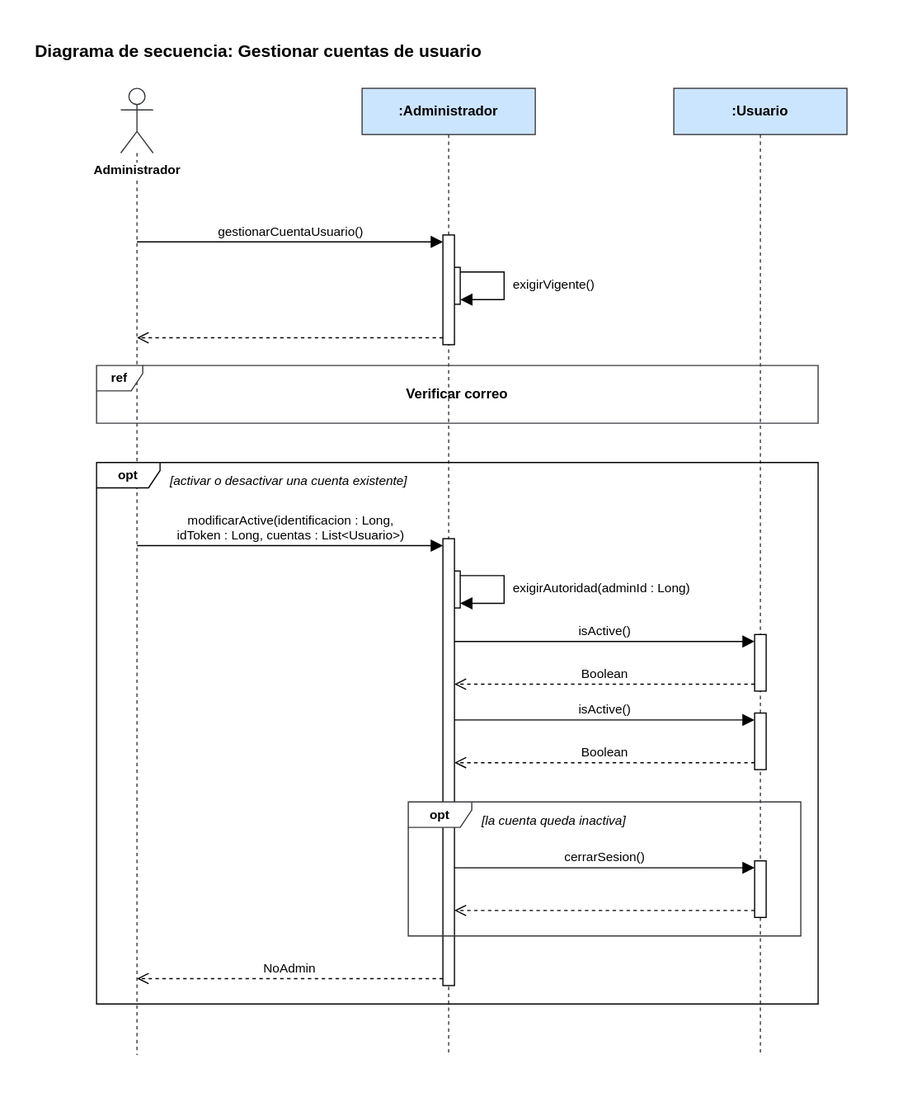
The draw.io diagram Diagramas/Secuencia/gestionar-cuentas-de-usuario.svg in manuel20051208/HorizontalSoftware-Back-End, before a commit. Source tidied: cells renumbered, new cells last; positions are measured from the earlier drawing's top-left corner, leaving out a move shared by most shapes.
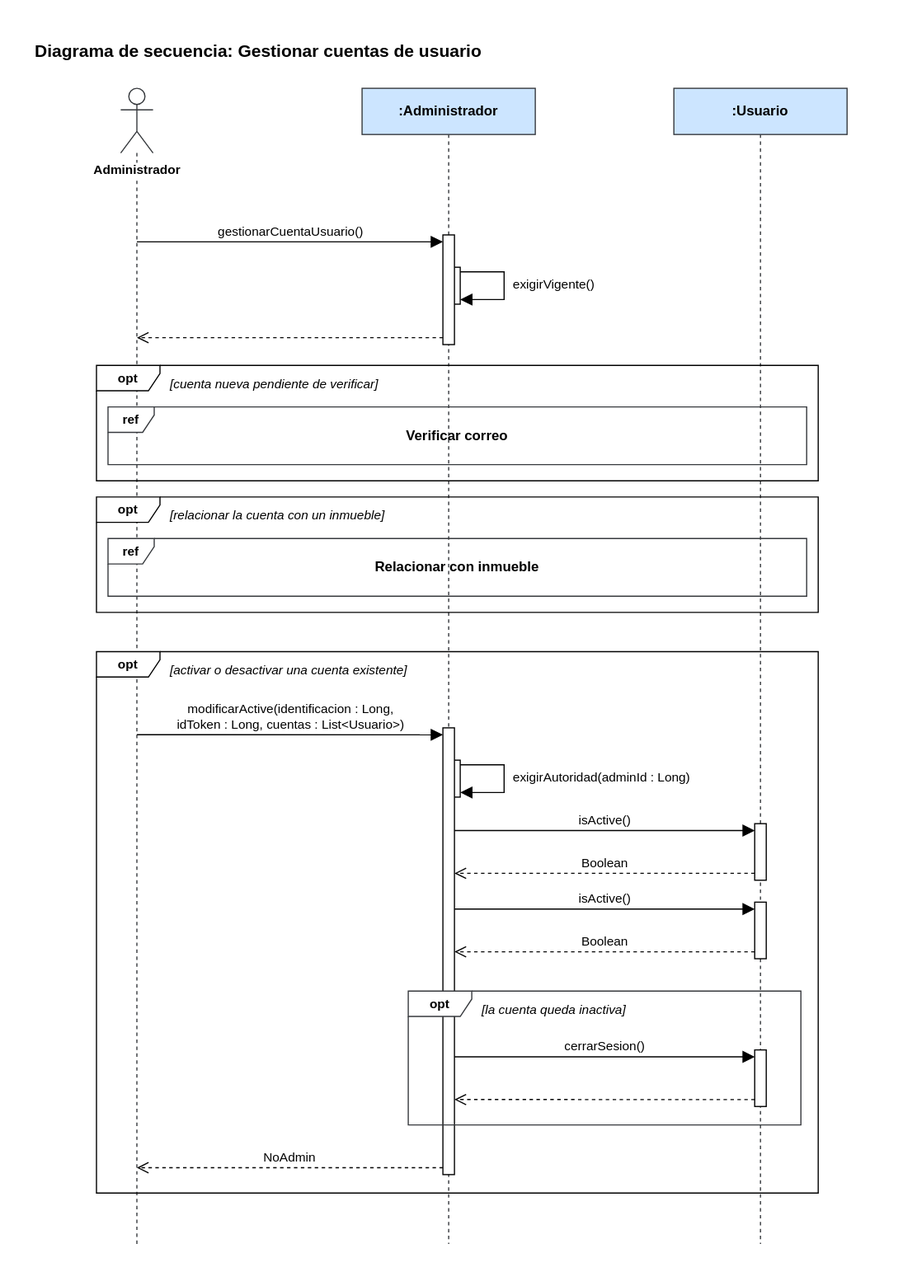
The same file after the commit.

The edit, as a diff of the source:
```diff
@@ -3,25 +3,25 @@
     <mxCell id="0" />
     <mxCell id="1" parent="0" />
     <mxCell id="2" value="&lt;b&gt;Diagrama de secuencia: Gestionar cuentas de usuario&lt;/b&gt;" style="text;html=1;align=left;verticalAlign=top;whiteSpace=wrap;fontSize=15;" parent="1" vertex="1">
-      <mxGeometry width="730" height="26" as="geometry" />
+      <mxGeometry y="-164" width="730" height="26" as="geometry" />
     </mxCell>
     <mxCell id="3" value="Administrador" style="shape=umlLifeline;participant=umlActor;perimeter=lifelinePerimeter;whiteSpace=nowrap;html=1;outlineConnect=0;portConstraint=eastwest;size=56;verticalAlign=top;spacingTop=58;labelBackgroundColor=#ffffff;fontStyle=1;fontSize=11;fillColor=#ffffff;strokeColor=#36393d;" parent="1" vertex="1">
-      <mxGeometry x="76" y="48" width="28" height="837" as="geometry" />
+      <mxGeometry x="76" y="-116" width="28" height="1001" as="geometry" />
     </mxCell>
     <mxCell id="4" value=":Administrador" style="shape=umlLifeline;perimeter=lifelinePerimeter;whiteSpace=wrap;html=1;fillColor=#cce5ff;strokeColor=#36393d;fontStyle=1;fontSize=12;" parent="1" vertex="1">
-      <mxGeometry x="285" y="48" width="150" height="837" as="geometry" />
+      <mxGeometry x="285" y="-116" width="150" height="1001" as="geometry" />
     </mxCell>
     <mxCell id="5" value=":Usuario" style="shape=umlLifeline;perimeter=lifelinePerimeter;whiteSpace=wrap;html=1;fillColor=#cce5ff;strokeColor=#36393d;fontStyle=1;fontSize=12;" parent="1" vertex="1">
-      <mxGeometry x="555" y="48" width="150" height="837" as="geometry" />
+      <mxGeometry x="555" y="-116" width="150" height="1001" as="geometry" />
     </mxCell>
     <mxCell id="6" value="Verificar correo" style="text;html=1;align=center;verticalAlign=middle;whiteSpace=wrap;fontSize=12;fontStyle=1;" parent="1" vertex="1">
-      <mxGeometry x="100" y="300" width="535" height="26" as="geometry" />
+      <mxGeometry x="110" y="172" width="515" height="26" as="geometry" />
     </mxCell>
     <mxCell id="7" style="html=1;points=[];perimeter=orthogonalPerimeter;fillColor=#ffffff;strokeColor=#000000;" parent="1" vertex="1">
-      <mxGeometry x="360" y="203" width="10" height="32" as="geometry" />
+      <mxGeometry x="360" y="39" width="10" height="32" as="geometry" />
     </mxCell>
     <mxCell id="8" style="html=1;points=[];perimeter=orthogonalPerimeter;fillColor=#ffffff;strokeColor=#000000;" parent="1" vertex="1">
-      <mxGeometry x="355" y="175" width="10" height="95" as="geometry" />
+      <mxGeometry x="355" y="11" width="10" height="95" as="geometry" />
     </mxCell>
     <mxCell id="9" style="html=1;points=[];perimeter=orthogonalPerimeter;fillColor=#ffffff;strokeColor=#000000;" parent="1" vertex="1">
       <mxGeometry x="360" y="466" width="10" height="32" as="geometry" />
@@ -35,21 +35,21 @@
     <mxCell id="12" style="html=1;points=[];perimeter=orthogonalPerimeter;fillColor=#ffffff;strokeColor=#000000;" parent="1" vertex="1">
       <mxGeometry x="355" y="438" width="10" height="387" as="geometry" />
     </mxCell>
-    <mxCell id="13" value="gestionarCuentaUsuario()" style="html=1;verticalAlign=bottom;rounded=0;fontSize=11;strokeColor=#000000;endArrow=block;endFill=1;endSize=8;exitX=0.5000;exitY=0.1589;exitDx=0;exitDy=0;exitPerimeter=0;entryX=0.0000;entryY=0.0632;entryDx=0;entryDy=0;entryPerimeter=0;" parent="1" edge="1" source="3" target="8">
+    <mxCell id="13" value="gestionarCuentaUsuario()" style="html=1;verticalAlign=bottom;rounded=0;fontSize=11;strokeColor=#000000;endArrow=block;endFill=1;endSize=8;exitX=0.5000;exitY=0.1329;exitDx=0;exitDy=0;exitPerimeter=0;entryX=0.0000;entryY=0.0632;entryDx=0;entryDy=0;entryPerimeter=0;" parent="1" edge="1" source="3" target="8">
       <mxGeometry relative="1" as="geometry" />
     </mxCell>
     <mxCell id="14" style="html=1;rounded=0;endArrow=block;endFill=1;endSize=8;strokeColor=#000000;exitX=1.0000;exitY=0.1250;exitDx=0;exitDy=0;exitPerimeter=0;entryX=1.0000;entryY=0.8750;entryDx=0;entryDy=0;entryPerimeter=0;" parent="1" edge="1" source="7" target="7">
       <mxGeometry relative="1" as="geometry">
         <Array as="points">
-          <mxPoint x="408" y="207" />
-          <mxPoint x="408" y="231" />
+          <mxPoint x="408" y="43" />
+          <mxPoint x="408" y="67" />
         </Array>
       </mxGeometry>
     </mxCell>
-    <mxCell id="15" style="html=1;verticalAlign=bottom;rounded=0;fontSize=11;strokeColor=#000000;dashed=1;endArrow=open;endFill=0;endSize=8;exitX=0.0000;exitY=0.9368;exitDx=0;exitDy=0;exitPerimeter=0;entryX=0.5000;entryY=0.2581;entryDx=0;entryDy=0;entryPerimeter=0;" parent="1" edge="1" source="8" target="3">
+    <mxCell id="15" style="html=1;verticalAlign=bottom;rounded=0;fontSize=11;strokeColor=#000000;dashed=1;endArrow=open;endFill=0;endSize=8;exitX=0.0000;exitY=0.9368;exitDx=0;exitDy=0;exitPerimeter=0;entryX=0.5000;entryY=0.2158;entryDx=0;entryDy=0;entryPerimeter=0;" parent="1" edge="1" source="8" target="3">
       <mxGeometry relative="1" as="geometry" />
     </mxCell>
-    <mxCell id="16" value="modificarActive(identificacion : Long,&lt;br&gt;idToken : Long, cuentas : List&amp;lt;Usuario&amp;gt;)" style="html=1;verticalAlign=bottom;rounded=0;fontSize=11;strokeColor=#000000;endArrow=block;endFill=1;endSize=8;exitX=0.5000;exitY=0.4731;exitDx=0;exitDy=0;exitPerimeter=0;entryX=0.0000;entryY=0.0155;entryDx=0;entryDy=0;entryPerimeter=0;" parent="1" edge="1" source="3" target="12">
+    <mxCell id="16" value="modificarActive(identificacion : Long,&lt;br&gt;idToken : Long, cuentas : List&amp;lt;Usuario&amp;gt;)" style="html=1;verticalAlign=bottom;rounded=0;fontSize=11;strokeColor=#000000;endArrow=block;endFill=1;endSize=8;exitX=0.5000;exitY=0.5594;exitDx=0;exitDy=0;exitPerimeter=0;entryX=0.0000;entryY=0.0155;entryDx=0;entryDy=0;entryPerimeter=0;" parent="1" edge="1" source="3" target="12">
       <mxGeometry relative="1" as="geometry" />
     </mxCell>
     <mxCell id="17" style="html=1;rounded=0;endArrow=block;endFill=1;endSize=8;strokeColor=#000000;exitX=1.0000;exitY=0.1250;exitDx=0;exitDy=0;exitPerimeter=0;entryX=1.0000;entryY=0.8750;entryDx=0;entryDy=0;entryPerimeter=0;" parent="1" edge="1" source="9" target="9">
@@ -72,11 +72,11 @@
     <mxCell id="21" style="html=1;verticalAlign=bottom;rounded=0;fontSize=11;strokeColor=#000000;dashed=1;endArrow=open;endFill=0;endSize=8;exitX=0.0000;exitY=0.8776;exitDx=0;exitDy=0;exitPerimeter=0;entryX=1.0000;entryY=0.8320;entryDx=0;entryDy=0;entryPerimeter=0;" parent="1" edge="1" source="11" target="12">
       <mxGeometry relative="1" as="geometry" />
     </mxCell>
-    <mxCell id="22" value="NoAdmin" style="html=1;verticalAlign=bottom;rounded=0;fontSize=11;strokeColor=#000000;dashed=1;endArrow=open;endFill=0;endSize=8;exitX=0.0000;exitY=0.9845;exitDx=0;exitDy=0;exitPerimeter=0;entryX=0.5000;entryY=0.9211;entryDx=0;entryDy=0;entryPerimeter=0;" parent="1" edge="1" source="12" target="3">
+    <mxCell id="22" value="NoAdmin" style="html=1;verticalAlign=bottom;rounded=0;fontSize=11;strokeColor=#000000;dashed=1;endArrow=open;endFill=0;endSize=8;exitX=0.0000;exitY=0.9845;exitDx=0;exitDy=0;exitPerimeter=0;entryX=0.5000;entryY=0.9341;entryDx=0;entryDy=0;entryPerimeter=0;" parent="1" edge="1" source="12" target="3">
       <mxGeometry relative="1" as="geometry" />
     </mxCell>
     <mxCell id="23" value="exigirVigente()" style="text;html=1;align=left;verticalAlign=top;whiteSpace=wrap;overflow=hidden;fontSize=11;" parent="1" vertex="1">
-      <mxGeometry x="414" y="205" width="185" height="28" as="geometry" />
+      <mxGeometry x="414" y="41" width="185" height="28" as="geometry" />
     </mxCell>
     <mxCell id="24" value="exigirAutoridad(adminId : Long)" style="text;html=1;align=left;verticalAlign=top;whiteSpace=wrap;overflow=hidden;fontSize=11;" parent="1" vertex="1">
       <mxGeometry x="414" y="468" width="185" height="28" as="geometry" />
@@ -90,20 +90,38 @@
     <mxCell id="27" value="Boolean" style="html=1;verticalAlign=bottom;rounded=0;fontSize=11;strokeColor=#000000;dashed=1;endArrow=open;endFill=0;endSize=8;exitX=0.0000;exitY=0.8776;exitDx=0;exitDy=0;exitPerimeter=0;entryX=1.0000;entryY=0.5013;entryDx=0;entryDy=0;entryPerimeter=0;" parent="1" edge="1" source="25" target="12">
       <mxGeometry relative="1" as="geometry" />
     </mxCell>
+    <mxCell id="33" value="Relacionar con inmueble" style="text;html=1;align=center;verticalAlign=middle;whiteSpace=wrap;fontSize=12;fontStyle=1;" parent="1" vertex="1">
+      <mxGeometry x="110" y="286" width="515" height="26" as="geometry" />
+    </mxCell>
     <mxCell id="28" value="opt" style="shape=umlFrame;whiteSpace=wrap;html=1;fontStyle=1;fontSize=11;width=55;height=22;fillColor=#ffffff;" parent="1" vertex="1">
       <mxGeometry x="55" y="372" width="625" height="469" as="geometry" />
     </mxCell>
+    <mxCell id="34" value="opt" style="shape=umlFrame;whiteSpace=wrap;html=1;fontStyle=1;fontSize=11;width=55;height=22;fillColor=#ffffff;" parent="1" vertex="1">
+      <mxGeometry x="55" y="124" width="625" height="100" as="geometry" />
+    </mxCell>
+    <mxCell id="35" value="opt" style="shape=umlFrame;whiteSpace=wrap;html=1;fontStyle=1;fontSize=11;width=55;height=22;fillColor=#ffffff;" parent="1" vertex="1">
+      <mxGeometry x="55" y="238" width="625" height="100" as="geometry" />
+    </mxCell>
     <mxCell id="29" value="opt" style="shape=umlFrame;whiteSpace=wrap;html=1;fillColor=#ffffff;strokeColor=#36393d;fontStyle=1;fontSize=11;width=55;height=22;" parent="1" vertex="1">
       <mxGeometry x="325" y="666" width="340" height="116" as="geometry" />
     </mxCell>
     <mxCell id="30" value="ref" style="shape=umlFrame;whiteSpace=wrap;html=1;fontStyle=1;fontSize=11;width=40;height=22;fillColor=#ffffff;strokeColor=#36393d;" parent="1" vertex="1">
-      <mxGeometry x="55" y="288" width="625" height="50" as="geometry" />
+      <mxGeometry x="65" y="160" width="605" height="50" as="geometry" />
     </mxCell>
+    <mxCell id="36" value="ref" style="shape=umlFrame;whiteSpace=wrap;html=1;fontStyle=1;fontSize=11;width=40;height=22;fillColor=#ffffff;strokeColor=#36393d;" parent="1" vertex="1">
+      <mxGeometry x="65" y="274" width="605" height="50" as="geometry" />
+    </mxCell>
     <mxCell id="31" value="[la cuenta queda inactiva]" style="text;html=1;align=left;verticalAlign=top;whiteSpace=wrap;fontSize=11;fontStyle=2;" parent="1" vertex="1">
       <mxGeometry x="387" y="669" width="270" height="22" as="geometry" />
     </mxCell>
     <mxCell id="32" value="[activar o desactivar una cuenta existente]" style="text;html=1;align=left;verticalAlign=top;whiteSpace=wrap;fontSize=11;fontStyle=2;" parent="1" vertex="1">
       <mxGeometry x="117" y="375" width="555" height="22" as="geometry" />
     </mxCell>
+    <mxCell id="37" value="[cuenta nueva pendiente de verificar]" style="text;html=1;align=left;verticalAlign=top;whiteSpace=wrap;fontSize=11;fontStyle=2;" parent="1" vertex="1">
+      <mxGeometry x="117" y="127" width="555" height="22" as="geometry" />
+    </mxCell>
+    <mxCell id="38" value="[relacionar la cuenta con un inmueble]" style="text;html=1;align=left;verticalAlign=top;whiteSpace=wrap;fontSize=11;fontStyle=2;" parent="1" vertex="1">
+      <mxGeometry x="117" y="241" width="555" height="22" as="geometry" />
+    </mxCell>
   </root>
 </mxGraphModel>
```
